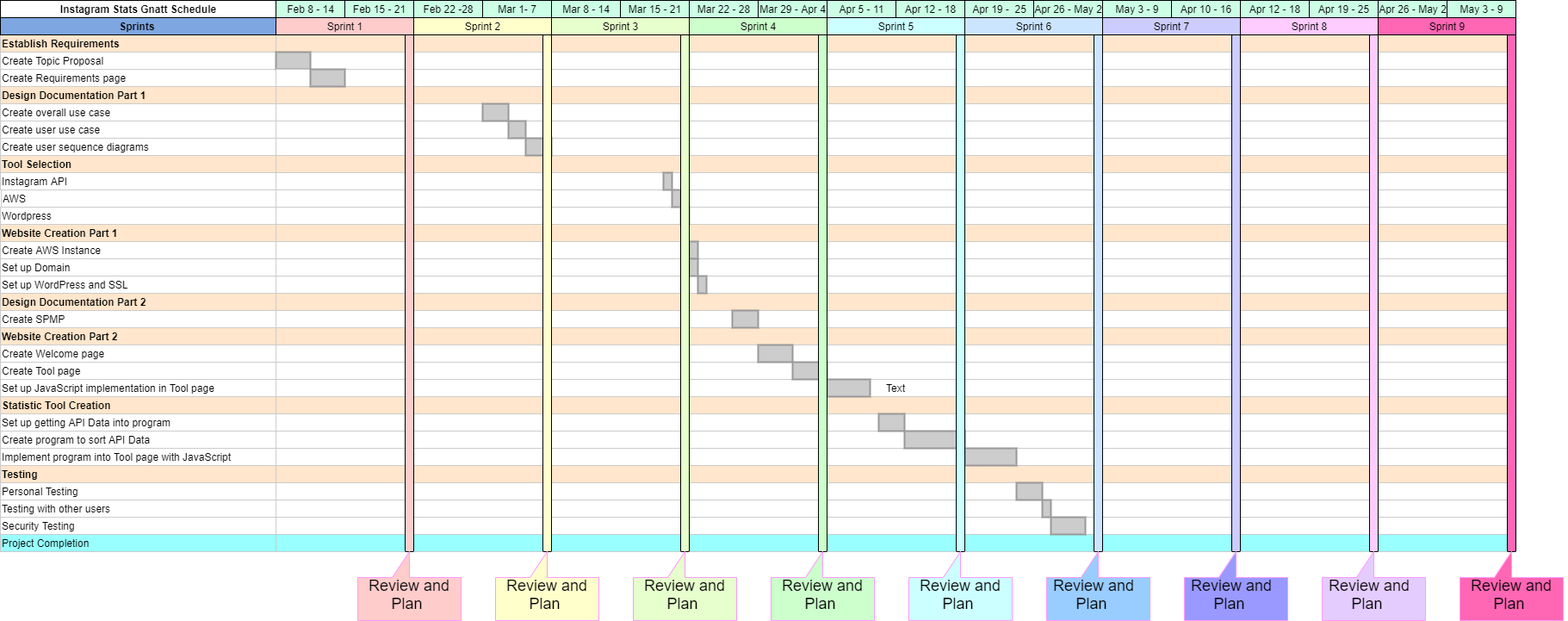
Earlier version of the draw.io export SPMP/Gnatt Schedule.png (jbonvissuto/COSC412-Jackson-Bonvissuto). Source tidied: cells renumbered, new cells last; positions are measured from the earlier drawing's top-left corner, leaving out a move shared by most shapes.
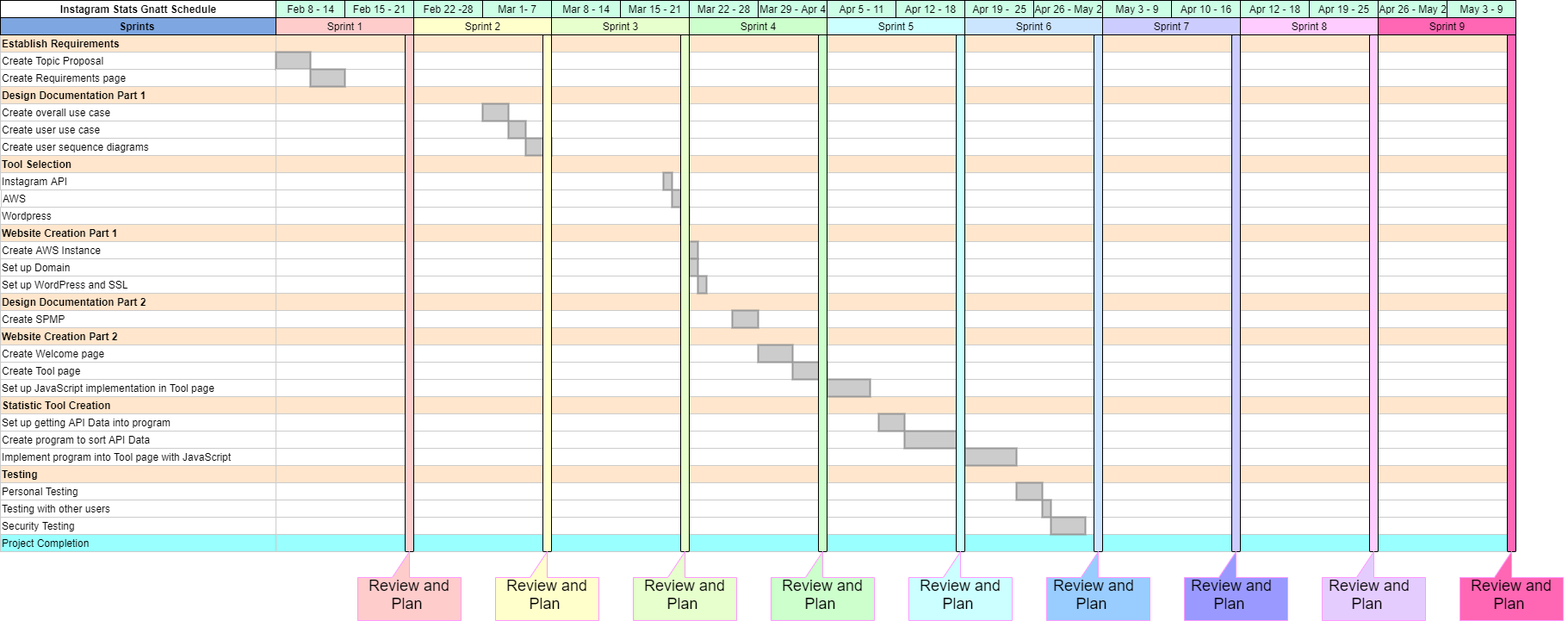
Later version of the same file.

The edit, as a diff of the source:
```diff
@@ -422,9 +422,6 @@
     <mxCell id="141" style="shape=callout;whiteSpace=wrap;html=1;perimeter=calloutPerimeter;strokeColor=#FF99FF;fillColor=#FF66B3;direction=west;" parent="1" vertex="1">
       <mxGeometry x="1695" y="640" width="120" height="80" as="geometry" />
     </mxCell>
-    <mxCell id="142" value="Text" style="text;html=1;strokeColor=none;fillColor=none;align=center;verticalAlign=middle;whiteSpace=wrap;rounded=0;" parent="1" vertex="1">
-      <mxGeometry x="1020" y="440" width="40" height="20" as="geometry" />
-    </mxCell>
     <mxCell id="143" value="&lt;font style=&quot;font-size: 18px&quot;&gt;Review and Plan&amp;nbsp;&lt;/font&gt;" style="text;html=1;strokeColor=none;fillColor=none;align=center;verticalAlign=middle;whiteSpace=wrap;rounded=0;" parent="1" vertex="1">
       <mxGeometry x="410" y="680" width="130" height="20" as="geometry" />
     </mxCell>
```
